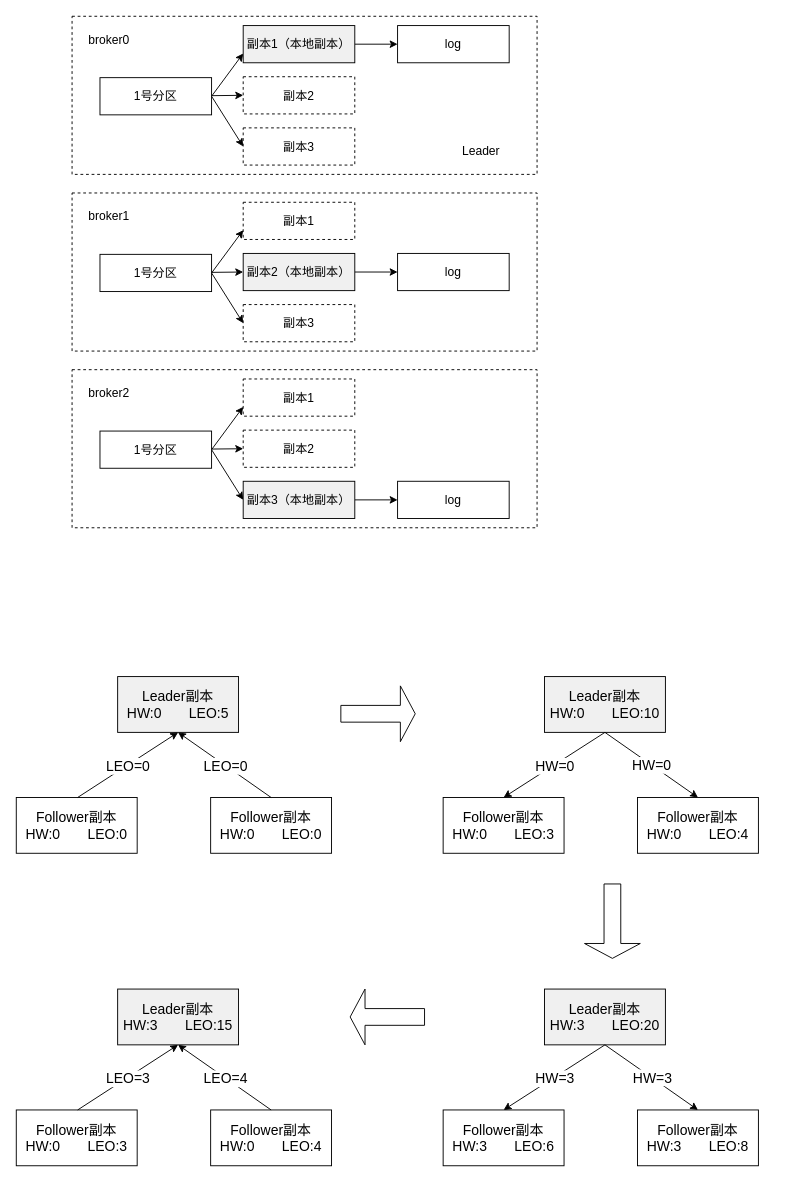
qinguan1/qinguan1.github.io keeps this draw.io diagram as docs/assets/drawio/kafka同步机制.drawio. Above is the earlier version. Source tidied: cells renumbered, new cells numbered last; positions are measured from the earlier drawing's top-left corner, leaving out a move shared by most shapes. Both pictures are drawn from the tidied source at 93%, with x=0, y=0 at pixel (16, 16).
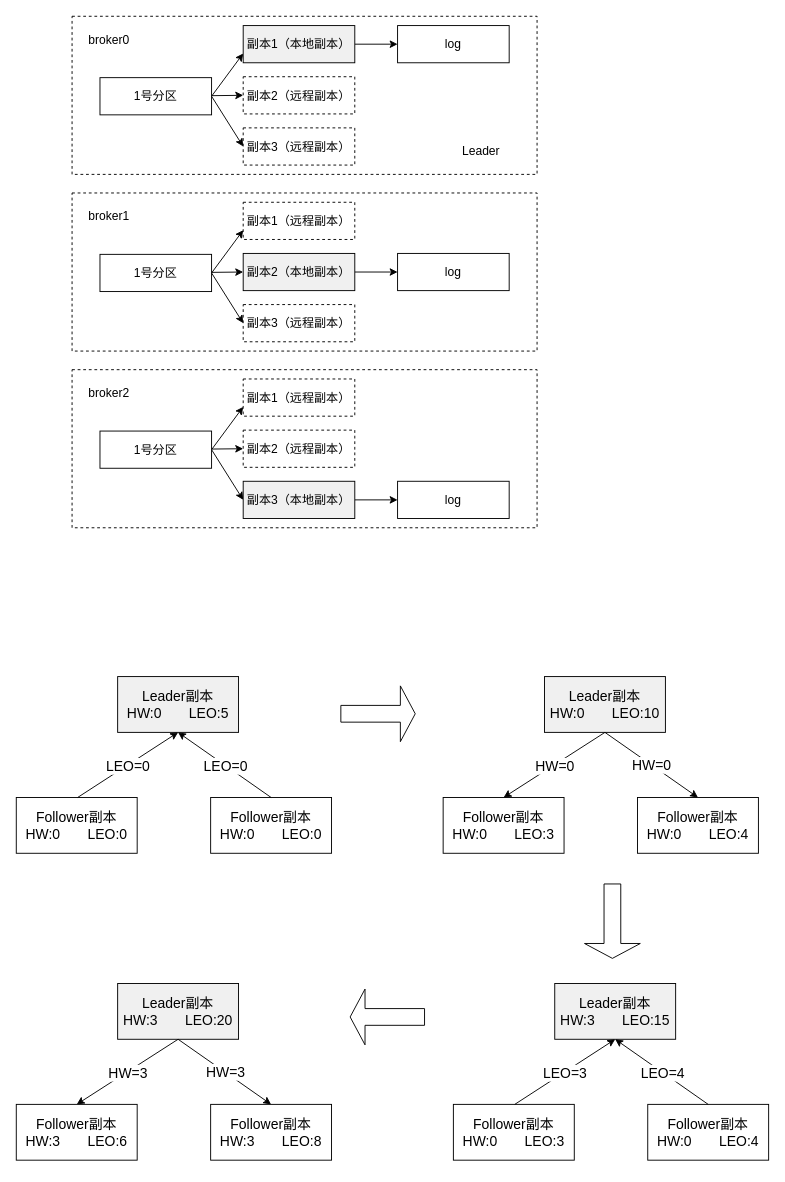
The same diagram, later.

Change to the diagram source:
```diff
@@
-    <mxCell id="10" value="副本2" style="rounded=0;whiteSpace=wrap;html=1;dashed=1;fontSize=13;" parent="1" vertex="1">
+    <mxCell id="10" value="副本2（远程副本）" style="rounded=0;whiteSpace=wrap;html=1;dashed=1;fontSize=13;" parent="1" vertex="1">
       <mxGeometry x="244" y="65" width="120" height="40" as="geometry" />
     </mxCell>
-    <mxCell id="11" value="副本3" style="rounded=0;whiteSpace=wrap;html=1;dashed=1;fontSize=13;" parent="1" vertex="1">
+    <mxCell id="11" value="副本3（远程副本）" style="rounded=0;whiteSpace=wrap;html=1;dashed=1;fontSize=13;" parent="1" vertex="1">
       <mxGeometry x="244" y="120" width="120" height="40" as="geometry" />
     </mxCell>
@@
-    <mxCell id="19" value="副本1" style="rounded=0;whiteSpace=wrap;html=1;fillColor=#FFFFFF;dashed=1;fontSize=13;" parent="1" vertex="1">
+    <mxCell id="19" value="副本1（远程副本）" style="rounded=0;whiteSpace=wrap;html=1;fillColor=#FFFFFF;dashed=1;fontSize=13;" parent="1" vertex="1">
       <mxGeometry x="244" y="200" width="120" height="40" as="geometry" />
     </mxCell>
@@
-    <mxCell id="22" value="副本3" style="rounded=0;whiteSpace=wrap;html=1;dashed=1;fontSize=13;" parent="1" vertex="1">
+    <mxCell id="22" value="副本3（远程副本）" style="rounded=0;whiteSpace=wrap;html=1;dashed=1;fontSize=13;" parent="1" vertex="1">
       <mxGeometry x="244" y="310" width="120" height="40" as="geometry" />
     </mxCell>
@@
-    <mxCell id="31" value="副本1" style="rounded=0;whiteSpace=wrap;html=1;fillColor=#FFFFFF;dashed=1;fontSize=13;" parent="1" vertex="1">
+    <mxCell id="31" value="副本1（远程副本）" style="rounded=0;whiteSpace=wrap;html=1;fillColor=#FFFFFF;dashed=1;fontSize=13;" parent="1" vertex="1">
       <mxGeometry x="244" y="390" width="120" height="40" as="geometry" />
     </mxCell>
-    <mxCell id="32" value="副本2" style="rounded=0;whiteSpace=wrap;html=1;dashed=1;fontSize=13;" parent="1" vertex="1">
+    <mxCell id="32" value="副本2（远程副本）" style="rounded=0;whiteSpace=wrap;html=1;dashed=1;fontSize=13;" parent="1" vertex="1">
       <mxGeometry x="244" y="445" width="120" height="40" as="geometry" />
     </mxCell>
@@
     <mxCell id="50" value="Leader副本&lt;br style=&quot;font-size: 15px;&quot;&gt;HW:3&lt;span style=&quot;white-space: pre; font-size: 15px;&quot;&gt;&#9;&lt;/span&gt;LEO:15" style="rounded=0;whiteSpace=wrap;html=1;fillColor=#F0F0F0;fontSize=15;" parent="1" vertex="1">
-      <mxGeometry x="109" y="1046" width="130" height="60" as="geometry" />
+      <mxGeometry x="579" y="1040" width="130" height="60" as="geometry" />
     </mxCell>
     <mxCell id="51" value="Follower副本&lt;br style=&quot;font-size: 15px;&quot;&gt;HW:0&lt;span style=&quot;white-space: pre; font-size: 15px;&quot;&gt;&#9;&lt;/span&gt;LEO:3" style="rounded=0;whiteSpace=wrap;html=1;fillColor=#FFFFFF;fontSize=15;" parent="1" vertex="1">
-      <mxGeometry y="1176" width="130" height="60" as="geometry" />
+      <mxGeometry x="470" y="1170" width="130" height="60" as="geometry" />
     </mxCell>
     <mxCell id="52" value="Follower副本&lt;br style=&quot;font-size: 15px;&quot;&gt;HW:0&lt;span style=&quot;white-space: pre; font-size: 15px;&quot;&gt;&#9;&lt;/span&gt;LEO:4" style="rounded=0;whiteSpace=wrap;html=1;fillColor=#FFFFFF;fontSize=15;" parent="1" vertex="1">
-      <mxGeometry x="209" y="1176" width="130" height="60" as="geometry" />
+      <mxGeometry x="679" y="1170" width="130" height="60" as="geometry" />
     </mxCell>
     <mxCell id="53" style="endArrow=classic;html=1;rounded=0;exitX=0.5;exitY=0;exitDx=0;exitDy=0;entryX=0.5;entryY=1;entryDx=0;entryDy=0;fontSize=15;" parent="1" edge="1" target="50">
       <mxGeometry relative="1" as="geometry">
-        <mxPoint x="66" y="1176" as="sourcePoint" />
+        <mxPoint x="536" y="1170" as="sourcePoint" />
       </mxGeometry>
     </mxCell>
@@
     <mxCell id="57" value="Leader副本&lt;br style=&quot;font-size: 15px;&quot;&gt;HW:3&lt;span style=&quot;white-space: pre; font-size: 15px;&quot;&gt;&#9;&lt;/span&gt;LEO:20" style="rounded=0;whiteSpace=wrap;html=1;fillColor=#F0F0F0;fontSize=15;" parent="1" vertex="1">
-      <mxGeometry x="568" y="1046" width="130" height="60" as="geometry" />
+      <mxGeometry x="109" y="1040" width="130" height="60" as="geometry" />
     </mxCell>
     <mxCell id="58" value="Follower副本&lt;br style=&quot;font-size: 15px;&quot;&gt;HW:3&lt;span style=&quot;white-space: pre; font-size: 15px;&quot;&gt;&#9;&lt;/span&gt;LEO:6" style="rounded=0;whiteSpace=wrap;html=1;fillColor=#FFFFFF;fontSize=15;" parent="1" vertex="1">
-      <mxGeometry x="459" y="1176" width="130" height="60" as="geometry" />
+      <mxGeometry y="1170" width="130" height="60" as="geometry" />
     </mxCell>
     <mxCell id="59" value="Follower副本&lt;br style=&quot;font-size: 15px;&quot;&gt;HW:3&lt;span style=&quot;white-space: pre; font-size: 15px;&quot;&gt;&#9;&lt;/span&gt;LEO:8" style="rounded=0;whiteSpace=wrap;html=1;fillColor=#FFFFFF;fontSize=15;" parent="1" vertex="1">
-      <mxGeometry x="668" y="1176" width="130" height="60" as="geometry" />
+      <mxGeometry x="209" y="1170" width="130" height="60" as="geometry" />
     </mxCell>
```
